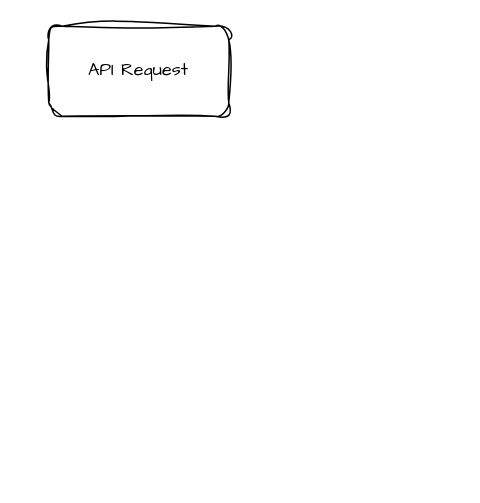
Earlier version of the draw.io diagram page "API Server" (3 of 3) of MTIS Infrastructure V1.drawio (kevin-mits/mits-plans). Source tidied: cells renumbered, new cells numbered last; positions are measured from the earlier drawing's top-left corner, leaving out a move shared by most shapes. Both pictures are drawn from the tidied source at 150%, with x=0, y=0 at pixel (48, 26).
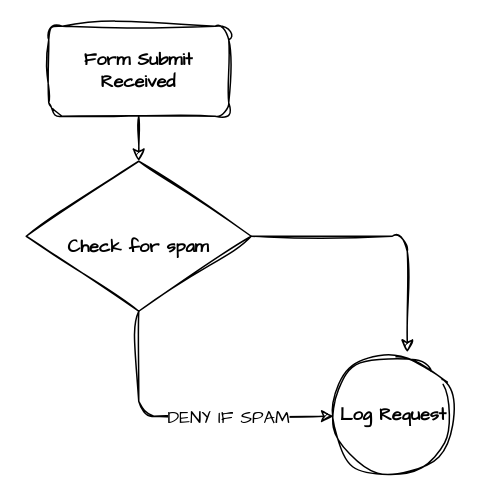
Above is the later version.

The edit, as a diff of the source:
```diff
@@
 <mxGraphModel>
   <root>
     <mxCell id="0" />
     <mxCell id="1" parent="0" />
+    <mxCell id="3" style="edgeStyle=orthogonalEdgeStyle;rounded=1;sketch=1;hachureGap=4;jiggle=2;curveFitting=1;jettySize=auto;html=1;exitX=0.5;exitY=1;exitDx=0;exitDy=0;entryX=0.5;entryY=0;entryDx=0;entryDy=0;fontFamily=Architects Daughter;fontSize=12;fontColor=default;" parent="1" edge="1" source="2">
+      <mxGeometry relative="1" as="geometry">
+        <mxPoint x="60" y="90" as="targetPoint" />
+      </mxGeometry>
+    </mxCell>
-    <mxCell id="2" value="API Request" style="rounded=1;whiteSpace=wrap;html=1;sketch=1;hachureGap=4;jiggle=2;curveFitting=1;fontFamily=Architects Daughter;" parent="1" vertex="1">
+    <mxCell id="2" value="&lt;b&gt;Form Submit Received&lt;/b&gt;" style="rounded=1;whiteSpace=wrap;html=1;sketch=1;hachureGap=4;jiggle=2;curveFitting=1;fontFamily=Architects Daughter;" parent="1" vertex="1">
       <mxGeometry width="120" height="60" as="geometry" />
     </mxCell>
+    <mxCell id="4" value="&lt;b&gt;Log Request&lt;/b&gt;" style="ellipse;whiteSpace=wrap;html=1;shapeInside=1;sketch=1;hachureGap=4;jiggle=2;curveFitting=1;fontFamily=Architects Daughter;" parent="1" vertex="1">
+      <mxGeometry x="190" y="220" width="80" height="80" as="geometry" />
+    </mxCell>
+    <mxCell id="5" style="edgeStyle=orthogonalEdgeStyle;rounded=1;sketch=1;hachureGap=4;jiggle=2;curveFitting=1;jettySize=auto;html=1;exitX=0.5;exitY=1;exitDx=0;exitDy=0;entryX=0;entryY=0.5;entryDx=0;entryDy=0;fontFamily=Architects Daughter;fontSize=12;fontColor=default;" parent="1" edge="1" source="7" target="4">
+      <mxGeometry relative="1" as="geometry" />
+    </mxCell>
+    <mxCell id="6" value="DENY IF SPAM" style="edgeLabel;html=1;align=center;verticalAlign=middle;fontFamily=Architects Daughter;fontSize=12;fontColor=default;" parent="5" vertex="1">
+      <mxGeometry x="0.29" y="-1" relative="1" as="geometry" />
+    </mxCell>
+    <mxCell id="7" value="&lt;br&gt;&lt;div&gt;&lt;b&gt;Check for spam&lt;/b&gt;&lt;/div&gt;" style="rhombus;whiteSpace=wrap;html=1;shapeInside=1;sketch=1;hachureGap=4;jiggle=2;curveFitting=1;fontFamily=Architects Daughter;" parent="1" vertex="1">
+      <mxGeometry x="-15" y="90" width="150" height="100" as="geometry" />
+    </mxCell>
+    <mxCell id="8" style="edgeStyle=orthogonalEdgeStyle;rounded=1;sketch=1;hachureGap=4;jiggle=2;curveFitting=1;jettySize=auto;html=1;exitX=1;exitY=0.5;exitDx=0;exitDy=0;entryX=0.613;entryY=-0.033;entryDx=0;entryDy=0;entryPerimeter=0;fontFamily=Architects Daughter;fontSize=12;fontColor=default;" parent="1" edge="1" source="7" target="4">
+      <mxGeometry relative="1" as="geometry" />
+    </mxCell>
   </root>
 </mxGraphModel>
```
